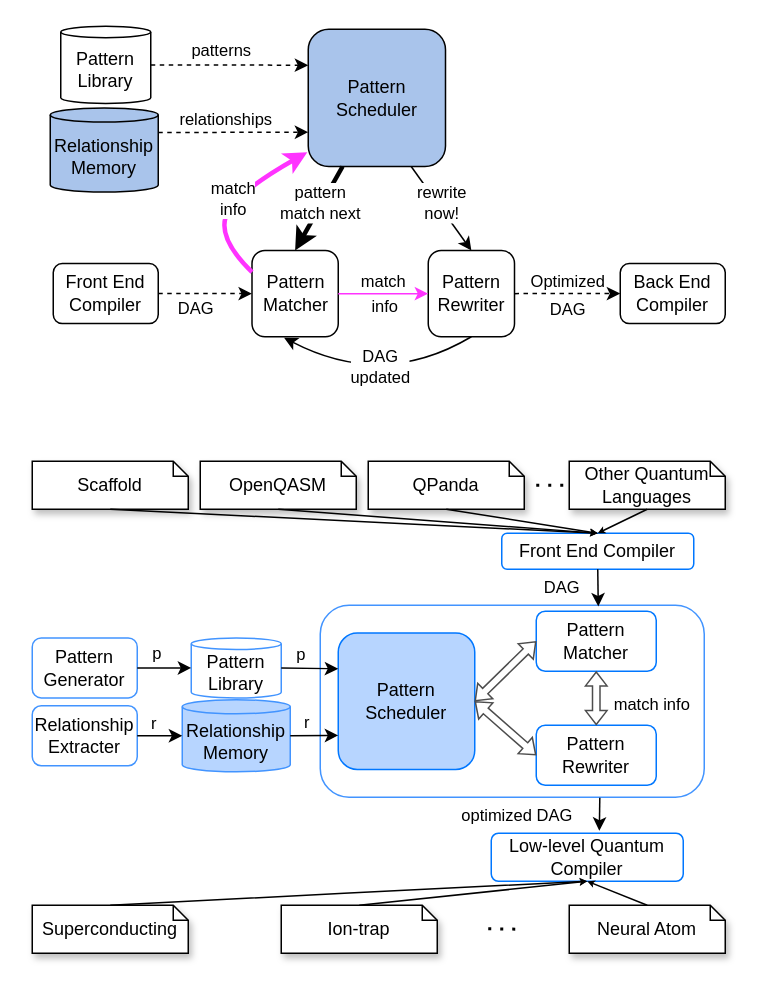
RosaryXiang/draw keeps this draw.io diagram as 未命名绘图.drawio. Above is the earlier version. Source tidied: cells renumbered, new cells numbered last; positions are measured from the earlier drawing's top-left corner, leaving out a move shared by most shapes. Both pictures are drawn from the tidied source at 150%, with x=0, y=0 at pixel (32, 26).
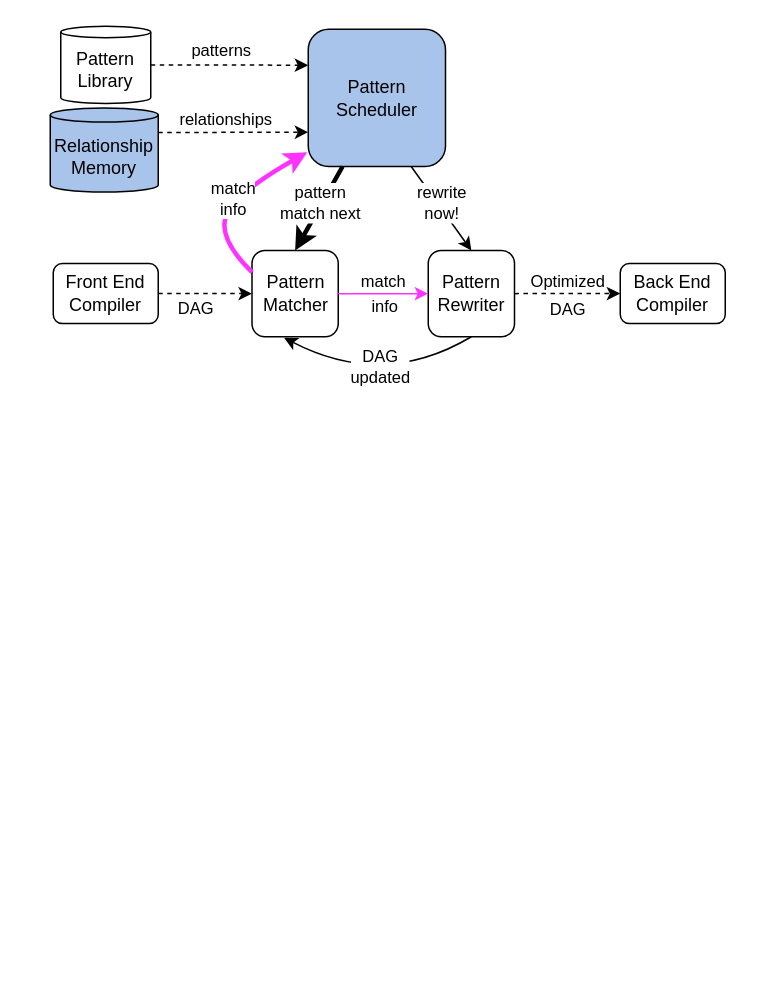
The same diagram, later.

Diff of the diagram source:
```diff
@@
-    <mxCell id="2" style="rounded=1;whiteSpace=wrap;html=1;fillColor=none;strokeColor=#4294FF;" parent="1" vertex="1">
-      <mxGeometry x="192" y="386" width="256" height="128" as="geometry" />
-    </mxCell>
@@
-    <mxCell id="30" value="Other Quantum&lt;br&gt;Languages" style="shape=note;size=10;whiteSpace=wrap;html=1;shadow=1;" parent="1" vertex="1">
-      <mxGeometry x="358" y="290" width="104" height="32" as="geometry" />
-    </mxCell>
-    <mxCell id="31" value="OpenQASM" style="shape=note;size=10;whiteSpace=wrap;html=1;shadow=1;" parent="1" vertex="1">
-      <mxGeometry x="112" y="290" width="104" height="32" as="geometry" />
-    </mxCell>
-    <mxCell id="32" value="Scaffold" style="shape=note;size=10;whiteSpace=wrap;html=1;shadow=1;" parent="1" vertex="1">
-      <mxGeometry y="290" width="104" height="32" as="geometry" />
-    </mxCell>
-    <mxCell id="33" value="QPanda" style="shape=note;size=10;whiteSpace=wrap;html=1;shadow=1;" parent="1" vertex="1">
-      <mxGeometry x="224" y="290" width="104" height="32" as="geometry" />
-    </mxCell>
-    <mxCell id="34" value="Front End Compiler" style="rounded=1;whiteSpace=wrap;html=1;strokeColor=#0077FF;" parent="1" vertex="1">
-      <mxGeometry x="313" y="338" width="128" height="24" as="geometry" />
-    </mxCell>
-    <mxCell id="35" style="endArrow=classic;html=1;rounded=0;exitX=0.5;exitY=1;exitDx=0;exitDy=0;exitPerimeter=0;entryX=0.5;entryY=0;entryDx=0;entryDy=0;endSize=2;" parent="1" edge="1" source="32" target="34">
-      <mxGeometry relative="1" as="geometry" />
-    </mxCell>
-    <mxCell id="36" style="endArrow=classic;html=1;rounded=0;exitX=0.5;exitY=1;exitDx=0;exitDy=0;exitPerimeter=0;entryX=0.5;entryY=0;entryDx=0;entryDy=0;endSize=2;" parent="1" edge="1" source="31" target="34">
-      <mxGeometry relative="1" as="geometry" />
-    </mxCell>
-    <mxCell id="37" style="endArrow=classic;html=1;rounded=0;exitX=0.5;exitY=1;exitDx=0;exitDy=0;exitPerimeter=0;endSize=2;entryX=0.5;entryY=0;entryDx=0;entryDy=0;" parent="1" edge="1" source="33" target="34">
-      <mxGeometry relative="1" as="geometry" />
-    </mxCell>
-    <mxCell id="38" style="endArrow=classic;html=1;rounded=0;exitX=0.5;exitY=1;exitDx=0;exitDy=0;exitPerimeter=0;endSize=2;entryX=0.5;entryY=0;entryDx=0;entryDy=0;" parent="1" edge="1" source="30" target="34">
-      <mxGeometry relative="1" as="geometry" />
-    </mxCell>
-    <mxCell id="39" style="endArrow=none;dashed=1;html=1;dashPattern=1 3;strokeWidth=2;rounded=0;entryX=0.019;entryY=0.5;entryDx=0;entryDy=0;entryPerimeter=0;" parent="1" edge="1" target="30">
-      <mxGeometry relative="1" as="geometry">
-        <mxPoint x="336" y="306" as="sourcePoint" />
-      </mxGeometry>
-    </mxCell>
-    <mxCell id="40" value="Pattern &lt;br&gt;Matcher" style="rounded=1;whiteSpace=wrap;html=1;strokeColor=#0077FF;" parent="1" vertex="1">
-      <mxGeometry x="336" y="390" width="80" height="40" as="geometry" />
-    </mxCell>
-    <mxCell id="41" value="Pattern &lt;br&gt;Rewriter" style="rounded=1;whiteSpace=wrap;html=1;strokeColor=#0077FF;" parent="1" vertex="1">
-      <mxGeometry x="336" y="466" width="80" height="40" as="geometry" />
-    </mxCell>
-    <mxCell id="42" value="Pattern&lt;br&gt;Scheduler" style="whiteSpace=wrap;html=1;fillColor=#B7D5FF;rounded=1;arcSize=14;strokeColor=#0077FF;" parent="1" vertex="1">
-      <mxGeometry x="204" y="404.5" width="91" height="91" as="geometry" />
-    </mxCell>
-    <mxCell id="43" value="Relationship&lt;br&gt;Memory" style="shape=cylinder3;whiteSpace=wrap;html=1;boundedLbl=1;backgroundOutline=1;size=4.666656494140625;fillColor=#B7D5FF;strokeColor=#4294FF;" parent="1" vertex="1">
-      <mxGeometry x="100" y="449" width="72" height="48" as="geometry" />
-    </mxCell>
-    <mxCell id="44" style="endArrow=classic;html=1;rounded=0;entryX=0;entryY=0.75;entryDx=0;entryDy=0;exitX=1;exitY=0.5;exitDx=0;exitDy=0;exitPerimeter=0;endSize=6;" parent="1" edge="1" source="43" target="42">
-      <mxGeometry relative="1" as="geometry" />
-    </mxCell>
-    <mxCell id="45" value="r" style="edgeLabel;html=1;align=center;verticalAlign=middle;rotation=0;" parent="44" vertex="1">
-      <mxGeometry relative="1" as="geometry">
-        <mxPoint x="-5" y="-9" as="offset" />
-      </mxGeometry>
-    </mxCell>
-    <mxCell id="46" value="Pattern&lt;br&gt;Library" style="shape=cylinder3;whiteSpace=wrap;html=1;boundedLbl=1;backgroundOutline=1;size=3.833343505859375;strokeColor=#4294FF;" parent="1" vertex="1">
-      <mxGeometry x="106" y="407.8" width="60" height="40" as="geometry" />
-    </mxCell>
-    <mxCell id="47" style="endArrow=classic;html=1;rounded=0;exitX=1;exitY=0.5;exitDx=0;exitDy=0;exitPerimeter=0;entryX=0;entryY=0.262;entryDx=0;entryDy=0;entryPerimeter=0;endSize=6;" parent="1" edge="1" source="46" target="42">
-      <mxGeometry relative="1" as="geometry" />
-    </mxCell>
-    <mxCell id="48" value="p" style="edgeLabel;html=1;align=center;verticalAlign=middle;rotation=0;" parent="47" vertex="1">
-      <mxGeometry relative="1" as="geometry">
-        <mxPoint x="-6" y="-10" as="offset" />
-      </mxGeometry>
-    </mxCell>
-    <mxCell id="49" value="match info" style="edgeLabel;html=1;align=center;verticalAlign=middle;" parent="1" vertex="1">
-      <mxGeometry x="408" y="450" as="geometry">
-        <mxPoint x="4" y="1" as="offset" />
-      </mxGeometry>
-    </mxCell>
-    <mxCell id="50" style="shape=flexArrow;endArrow=classic;startArrow=classic;html=1;rounded=0;width=5;endSize=2.7583333333333333;startWidth=8.333333333333334;startSize=2.7583333333333333;endWidth=8.333333333333334;entryX=1;entryY=0.5;entryDx=0;entryDy=0;exitX=0;exitY=0.5;exitDx=0;exitDy=0;strokeColor=#4D4D4D;" parent="1" edge="1" source="41" target="42">
-      <mxGeometry relative="1" as="geometry" />
-    </mxCell>
-    <mxCell id="51" style="shape=flexArrow;endArrow=classic;startArrow=classic;html=1;rounded=0;width=5;endSize=2.7583333333333333;startWidth=8.333333333333334;startSize=2.7583333333333333;endWidth=8.333333333333334;entryX=1;entryY=0.5;entryDx=0;entryDy=0;exitX=0;exitY=0.5;exitDx=0;exitDy=0;fontColor=#B7D5FF;strokeColor=#4D4D4D;" parent="1" edge="1" source="40" target="42">
-      <mxGeometry relative="1" as="geometry" />
-    </mxCell>
-    <mxCell id="52" style="shape=flexArrow;endArrow=classic;startArrow=classic;html=1;rounded=0;width=5;endSize=2.7583333333333333;startWidth=8.333333333333334;startSize=2.7583333333333333;endWidth=8.333333333333334;entryX=0.5;entryY=0;entryDx=0;entryDy=0;exitX=0.5;exitY=1;exitDx=0;exitDy=0;strokeColor=#4D4D4D;" parent="1" edge="1" source="40" target="41">
-      <mxGeometry relative="1" as="geometry" />
-    </mxCell>
-    <mxCell id="53" value="Pattern&lt;br&gt;Generator" style="rounded=1;whiteSpace=wrap;html=1;strokeColor=#4294FF;" parent="1" vertex="1">
-      <mxGeometry y="407.8" width="70" height="40" as="geometry" />
-    </mxCell>
-    <mxCell id="54" value="Relationship&lt;br&gt;Extracter" style="rounded=1;whiteSpace=wrap;html=1;strokeColor=#4294FF;" parent="1" vertex="1">
-      <mxGeometry y="453" width="70" height="40" as="geometry" />
-    </mxCell>
-    <mxCell id="55" style="endArrow=classic;html=1;rounded=0;exitX=1;exitY=0.5;exitDx=0;exitDy=0;entryX=0;entryY=0.5;entryDx=0;entryDy=0;entryPerimeter=0;endSize=6;" parent="1" edge="1" source="53" target="46">
-      <mxGeometry relative="1" as="geometry" />
-    </mxCell>
-    <mxCell id="56" value="p" style="edgeLabel;html=1;align=center;verticalAlign=middle;rotation=0;" parent="55" vertex="1">
-      <mxGeometry relative="1" as="geometry">
-        <mxPoint x="-6" y="-10" as="offset" />
-      </mxGeometry>
-    </mxCell>
-    <mxCell id="57" style="endArrow=classic;html=1;rounded=0;entryX=0;entryY=0.5;entryDx=0;entryDy=0;exitX=1;exitY=0.5;exitDx=0;exitDy=0;endSize=6;entryPerimeter=0;" parent="1" edge="1" source="54" target="43">
-      <mxGeometry relative="1" as="geometry" />
-    </mxCell>
-    <mxCell id="58" value="r" style="edgeLabel;html=1;align=center;verticalAlign=middle;rotation=0;" parent="57" vertex="1">
-      <mxGeometry relative="1" as="geometry">
-        <mxPoint x="-5" y="-9" as="offset" />
-      </mxGeometry>
-    </mxCell>
-    <mxCell id="59" value="Low-level Quantum Compiler" style="rounded=1;whiteSpace=wrap;html=1;strokeColor=#0077FF;" parent="1" vertex="1">
-      <mxGeometry x="306" y="538" width="128" height="32" as="geometry" />
-    </mxCell>
-    <mxCell id="60" style="endArrow=classic;html=1;rounded=0;entryX=0.563;entryY=-0.051;entryDx=0;entryDy=0;entryPerimeter=0;exitX=0.728;exitY=1.003;exitDx=0;exitDy=0;exitPerimeter=0;" parent="1" edge="1" source="2" target="59">
-      <mxGeometry relative="1" as="geometry" />
-    </mxCell>
-    <mxCell id="61" value="optimized&amp;nbsp;DAG" style="edgeLabel;html=1;align=center;verticalAlign=middle;spacingBottom=7;" parent="60" vertex="1">
-      <mxGeometry relative="1" as="geometry">
-        <mxPoint x="-56" y="4" as="offset" />
-      </mxGeometry>
-    </mxCell>
-    <mxCell id="62" style="endArrow=classic;html=1;rounded=0;exitX=0.5;exitY=1;exitDx=0;exitDy=0;entryX=0.724;entryY=0.006;entryDx=0;entryDy=0;entryPerimeter=0;" parent="1" edge="1" source="34" target="2">
-      <mxGeometry relative="1" as="geometry" />
-    </mxCell>
-    <mxCell id="63" value="DAG" style="edgeLabel;html=1;align=center;verticalAlign=middle;" parent="62" vertex="1">
-      <mxGeometry relative="1" as="geometry">
-        <mxPoint x="-25" as="offset" />
-      </mxGeometry>
-    </mxCell>
-    <mxCell id="64" value="Superconducting" style="shape=note;size=10;whiteSpace=wrap;html=1;shadow=1;" parent="1" vertex="1">
-      <mxGeometry y="586" width="104" height="32" as="geometry" />
-    </mxCell>
-    <mxCell id="65" value="Neural Atom" style="shape=note;size=10;whiteSpace=wrap;html=1;shadow=1;" parent="1" vertex="1">
-      <mxGeometry x="358" y="586" width="104" height="32" as="geometry" />
-    </mxCell>
-    <mxCell id="66" value="Ion-trap" style="shape=note;size=10;whiteSpace=wrap;html=1;shadow=1;" parent="1" vertex="1">
-      <mxGeometry x="166" y="586" width="104" height="32" as="geometry" />
-    </mxCell>
-    <mxCell id="67" style="endArrow=classic;html=1;rounded=0;exitX=0.5;exitY=0;exitDx=0;exitDy=0;exitPerimeter=0;entryX=0.5;entryY=1;entryDx=0;entryDy=0;endSize=2;" parent="1" edge="1" source="64" target="59">
-      <mxGeometry relative="1" as="geometry">
-        <Array as="points">
-          <mxPoint x="208" y="578" />
-        </Array>
-      </mxGeometry>
-    </mxCell>
-    <mxCell id="68" style="endArrow=classic;html=1;rounded=0;exitX=0.5;exitY=0;exitDx=0;exitDy=0;exitPerimeter=0;entryX=0.5;entryY=1;entryDx=0;entryDy=0;endSize=2;" parent="1" edge="1" source="66" target="59">
-      <mxGeometry relative="1" as="geometry" />
-    </mxCell>
-    <mxCell id="69" style="endArrow=classic;html=1;rounded=0;exitX=0.5;exitY=0;exitDx=0;exitDy=0;exitPerimeter=0;entryX=0.5;entryY=1;entryDx=0;entryDy=0;endSize=2;" parent="1" edge="1" source="65" target="59">
-      <mxGeometry relative="1" as="geometry" />
-    </mxCell>
-    <mxCell id="70" style="endArrow=none;dashed=1;html=1;dashPattern=1 3;strokeWidth=2;rounded=0;" parent="1" edge="1">
-      <mxGeometry relative="1" as="geometry">
-        <mxPoint x="304" y="601.7" as="sourcePoint" />
-        <mxPoint x="328" y="602" as="targetPoint" />
-      </mxGeometry>
-    </mxCell>
```
